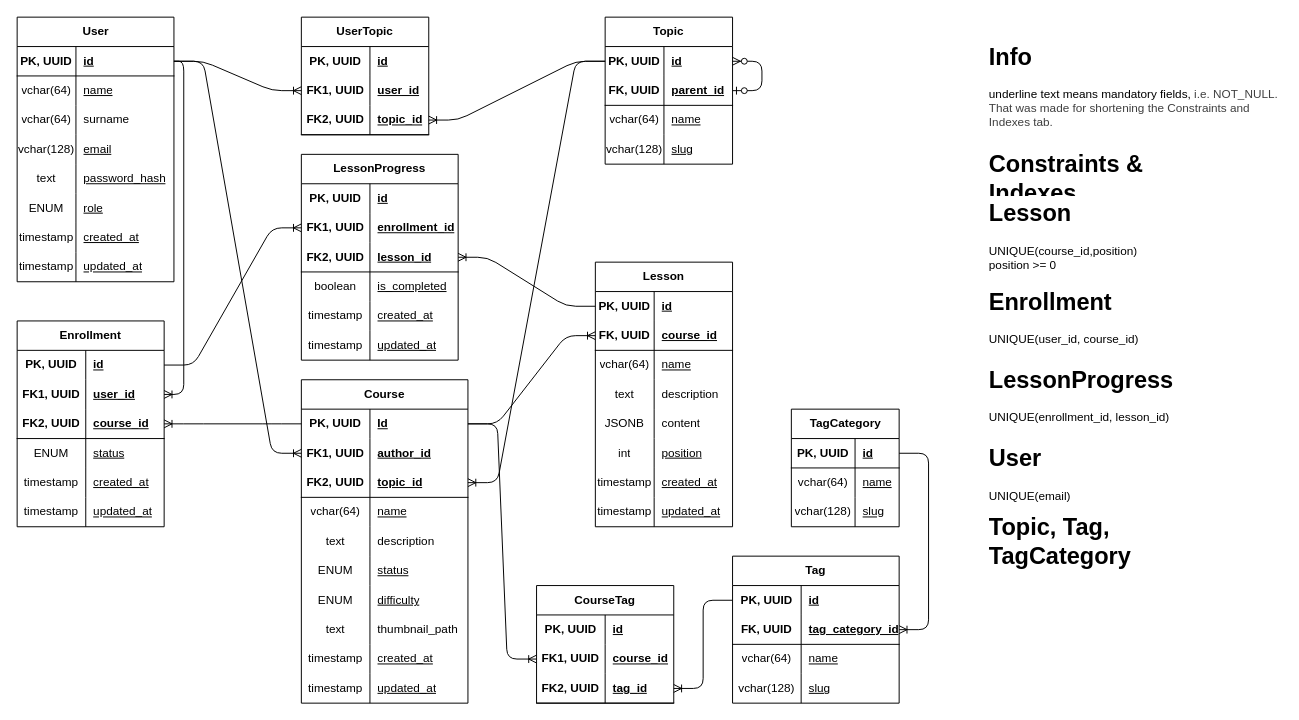
This is ERD.drawio from RosaPylesos/course-platform-backend, a draw.io file, before an edit. Source tidied: cells renumbered, new cells numbered last; positions are measured from the earlier drawing's top-left corner, leaving out a move shared by most shapes. Both pictures are drawn from the tidied source at 98%, with x=0, y=0 at pixel (17, 17).
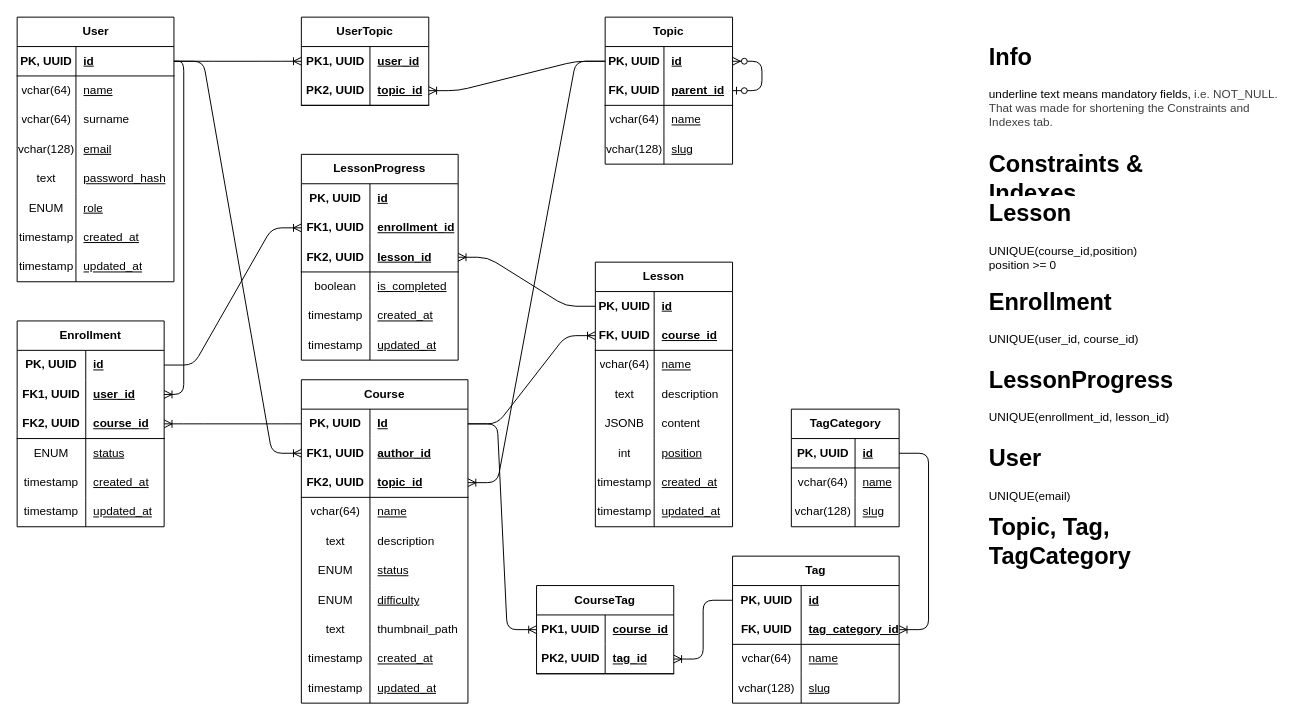
Above is the later version.

What changed in the source:
```diff
@@
     <mxCell id="124" value="CourseTag" style="shape=table;startSize=30;childLayout=tableLayout;rowLines=0;fontStyle=1;align=center;html=1;whiteSpace=wrap;" parent="1" vertex="1">
-      <mxGeometry x="530" y="580" width="140" height="120" as="geometry" />
+      <mxGeometry x="530" y="580" width="140" height="90" as="geometry" />
     </mxCell>
-    <mxCell id="125" style="shape=tableRow;horizontal=0;startSize=0;swimlaneHead=0;swimlaneBody=0;fillColor=none;top=0;left=0;right=0;bottom=0;html=1;" parent="124" vertex="1">
-      <mxGeometry y="30" width="140" height="30" as="geometry" />
-    </mxCell>
-    <mxCell id="126" value="PK, UUID" style="shape=partialRectangle;fillColor=none;top=0;left=0;bottom=0;right=0;fontStyle=1;overflow=hidden;html=1;whiteSpace=wrap;" parent="125" vertex="1">
-      <mxGeometry width="70" height="30" as="geometry" />
-    </mxCell>
-    <mxCell id="127" value="id" style="shape=partialRectangle;fillColor=none;top=0;left=0;bottom=0;right=0;align=left;spacingLeft=6;fontStyle=5;overflow=hidden;html=1;whiteSpace=wrap;" parent="125" vertex="1">
-      <mxGeometry x="70" width="70" height="30" as="geometry" />
-    </mxCell>
     <mxCell id="128" style="shape=tableRow;horizontal=0;startSize=0;swimlaneHead=0;swimlaneBody=0;fillColor=none;points=[[0,0.5],[1,0.5]];portConstraint=eastwest;top=0;left=0;right=0;bottom=0;html=1;" parent="124" vertex="1">
-      <mxGeometry y="60" width="140" height="30" as="geometry" />
+      <mxGeometry y="30" width="140" height="30" as="geometry" />
     </mxCell>
-    <mxCell id="129" value="FK1, UUID" style="shape=partialRectangle;fillColor=none;top=0;left=0;bottom=0;right=0;fontStyle=1;overflow=hidden;html=1;whiteSpace=wrap;" parent="128" vertex="1">
+    <mxCell id="129" value="PK1, UUID" style="shape=partialRectangle;fillColor=none;top=0;left=0;bottom=0;right=0;fontStyle=1;overflow=hidden;html=1;whiteSpace=wrap;" parent="128" vertex="1">
       <mxGeometry width="70" height="30" as="geometry" />
     </mxCell>
@@
     <mxCell id="131" style="shape=tableRow;horizontal=0;startSize=0;swimlaneHead=0;swimlaneBody=0;fillColor=none;points=[[0,0.5],[1,0.5]];portConstraint=eastwest;top=0;left=0;right=0;bottom=1;html=1;" parent="124" vertex="1">
-      <mxGeometry y="90" width="140" height="30" as="geometry" />
+      <mxGeometry y="60" width="140" height="30" as="geometry" />
     </mxCell>
-    <mxCell id="132" value="FK2, UUID" style="shape=partialRectangle;fillColor=none;top=0;left=0;bottom=0;right=0;fontStyle=1;overflow=hidden;html=1;whiteSpace=wrap;" parent="131" vertex="1">
+    <mxCell id="132" value="PK2, UUID" style="shape=partialRectangle;fillColor=none;top=0;left=0;bottom=0;right=0;fontStyle=1;overflow=hidden;html=1;whiteSpace=wrap;" parent="131" vertex="1">
       <mxGeometry width="70" height="30" as="geometry" />
     </mxCell>
@@
     <mxCell id="134" value="UserTopic" style="shape=table;startSize=30;childLayout=tableLayout;rowLines=0;fontStyle=1;align=center;html=1;whiteSpace=wrap;" parent="1" vertex="1">
-      <mxGeometry x="290" width="130" height="120" as="geometry" />
+      <mxGeometry x="290" width="130" height="90" as="geometry" />
     </mxCell>
-    <mxCell id="135" style="shape=tableRow;horizontal=0;startSize=0;swimlaneHead=0;swimlaneBody=0;fillColor=none;top=0;left=0;right=0;bottom=0;html=1;" parent="134" vertex="1">
-      <mxGeometry y="30" width="130" height="30" as="geometry" />
-    </mxCell>
-    <mxCell id="136" value="PK, UUID" style="shape=partialRectangle;fillColor=none;top=0;left=0;bottom=0;right=0;fontStyle=1;overflow=hidden;html=1;whiteSpace=wrap;" parent="135" vertex="1">
-      <mxGeometry width="70" height="30" as="geometry" />
-    </mxCell>
-    <mxCell id="137" value="id" style="shape=partialRectangle;fillColor=none;top=0;left=0;bottom=0;right=0;align=left;spacingLeft=6;fontStyle=5;overflow=hidden;html=1;whiteSpace=wrap;" parent="135" vertex="1">
-      <mxGeometry x="70" width="60" height="30" as="geometry" />
-    </mxCell>
     <mxCell id="138" style="shape=tableRow;horizontal=0;startSize=0;swimlaneHead=0;swimlaneBody=0;fillColor=none;points=[[0,0.5],[1,0.5]];portConstraint=eastwest;top=0;left=0;right=0;bottom=0;html=1;" parent="134" vertex="1">
-      <mxGeometry y="60" width="130" height="30" as="geometry" />
+      <mxGeometry y="30" width="130" height="30" as="geometry" />
     </mxCell>
-    <mxCell id="139" value="FK1, UUID" style="shape=partialRectangle;fillColor=none;top=0;left=0;bottom=0;right=0;fontStyle=1;overflow=hidden;html=1;whiteSpace=wrap;" parent="138" vertex="1">
+    <mxCell id="139" value="PK1, UUID" style="shape=partialRectangle;fillColor=none;top=0;left=0;bottom=0;right=0;fontStyle=1;overflow=hidden;html=1;whiteSpace=wrap;" parent="138" vertex="1">
       <mxGeometry width="70" height="30" as="geometry" />
     </mxCell>
@@
     <mxCell id="141" style="shape=tableRow;horizontal=0;startSize=0;swimlaneHead=0;swimlaneBody=0;fillColor=none;points=[[0,0.5],[1,0.5]];portConstraint=eastwest;top=0;left=0;right=0;bottom=1;html=1;" parent="134" vertex="1">
-      <mxGeometry y="90" width="130" height="30" as="geometry" />
+      <mxGeometry y="60" width="130" height="30" as="geometry" />
     </mxCell>
-    <mxCell id="142" value="FK2, UUID" style="shape=partialRectangle;fillColor=none;top=0;left=0;bottom=0;right=0;fontStyle=1;overflow=hidden;html=1;whiteSpace=wrap;" parent="141" vertex="1">
+    <mxCell id="142" value="PK2, UUID" style="shape=partialRectangle;fillColor=none;top=0;left=0;bottom=0;right=0;fontStyle=1;overflow=hidden;html=1;whiteSpace=wrap;" parent="141" vertex="1">
       <mxGeometry width="70" height="30" as="geometry" />
     </mxCell>
```
